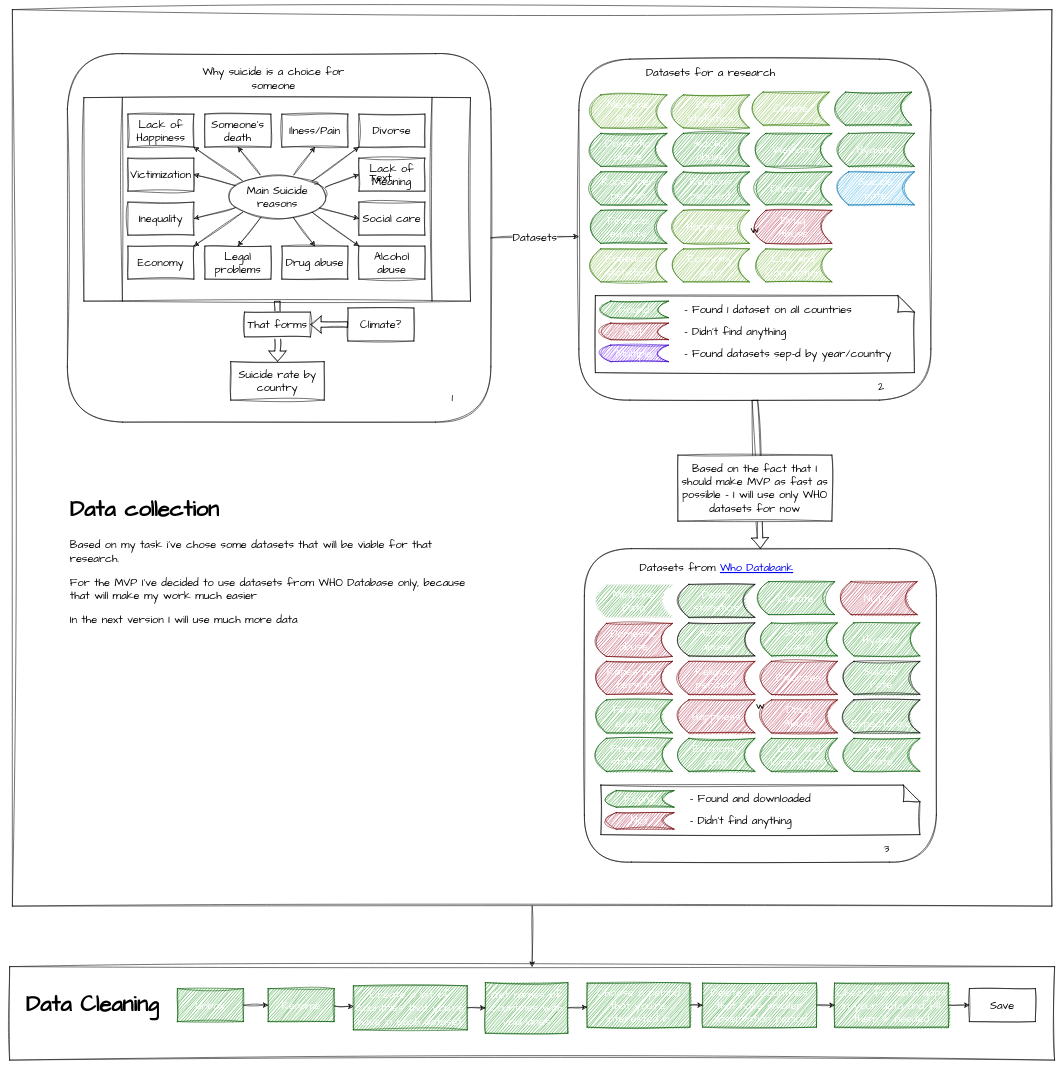
Above: Schemas/Roadmap.drawio in BaakhOfficial/Suicide-Rate-Analysis (draw.io), before the change. Source tidied: cells renumbered, new cells numbered last; positions are measured from the earlier drawing's top-left corner, leaving out a move shared by most shapes. Both pictures are drawn from the tidied source at 55%, with x=0, y=0 at pixel (9, 9).
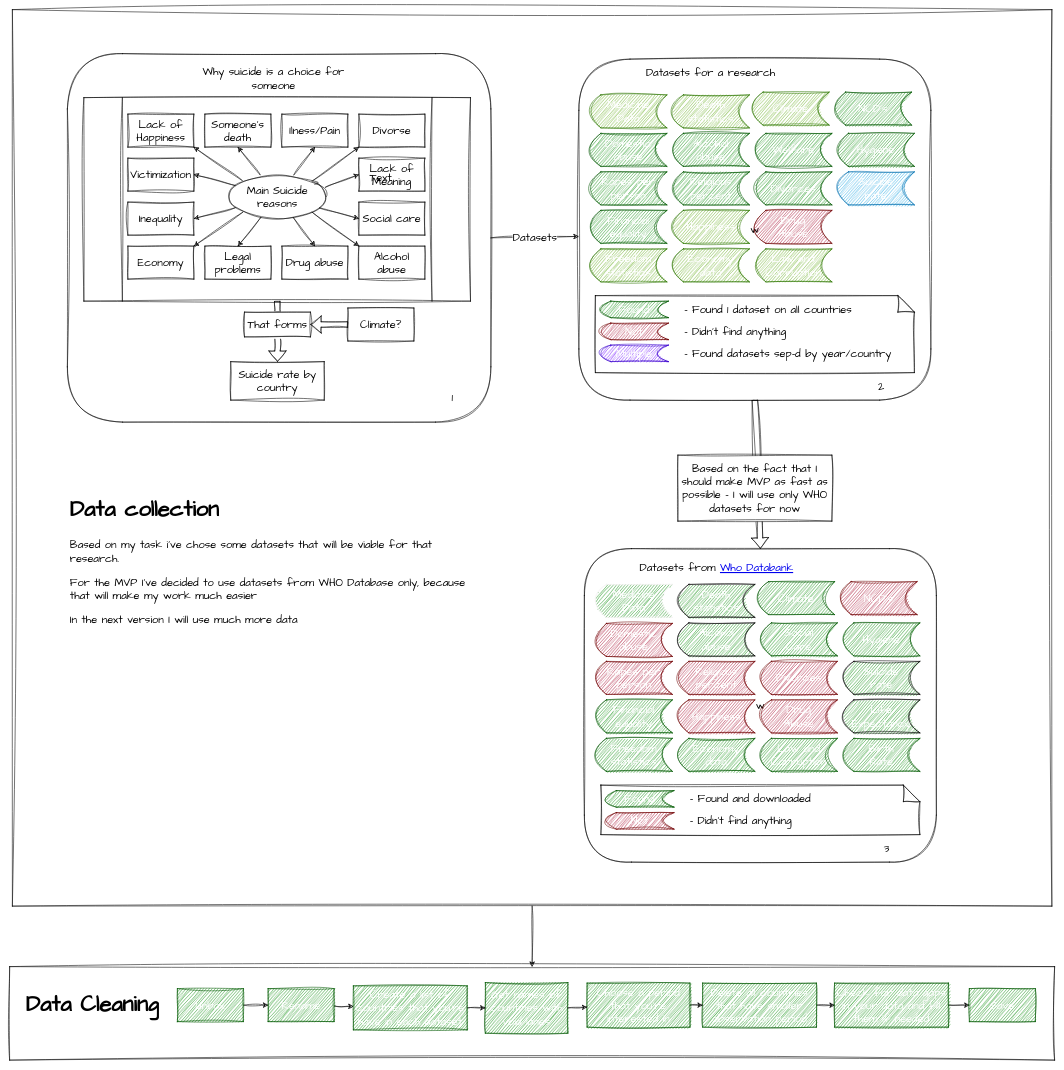
After the change.

The edit, as a diff of the source:
```diff
@@
-    <mxCell id="117" value="Save" style="rounded=0;whiteSpace=wrap;html=1;sketch=1;hachureGap=4;jiggle=2;curveFitting=1;fontFamily=Architects Daughter;fontSize=20;fillColor=default;" parent="1" vertex="1">
+    <mxCell id="117" value="Save" style="rounded=0;whiteSpace=wrap;html=1;sketch=1;hachureGap=4;jiggle=2;curveFitting=1;fontFamily=Architects Daughter;fontSize=20;fillColor=#008a00;fontColor=#ffffff;strokeColor=#005700;" parent="1" vertex="1">
       <mxGeometry x="1745" y="1780" width="120" height="60" as="geometry" />
     </mxCell>
```
